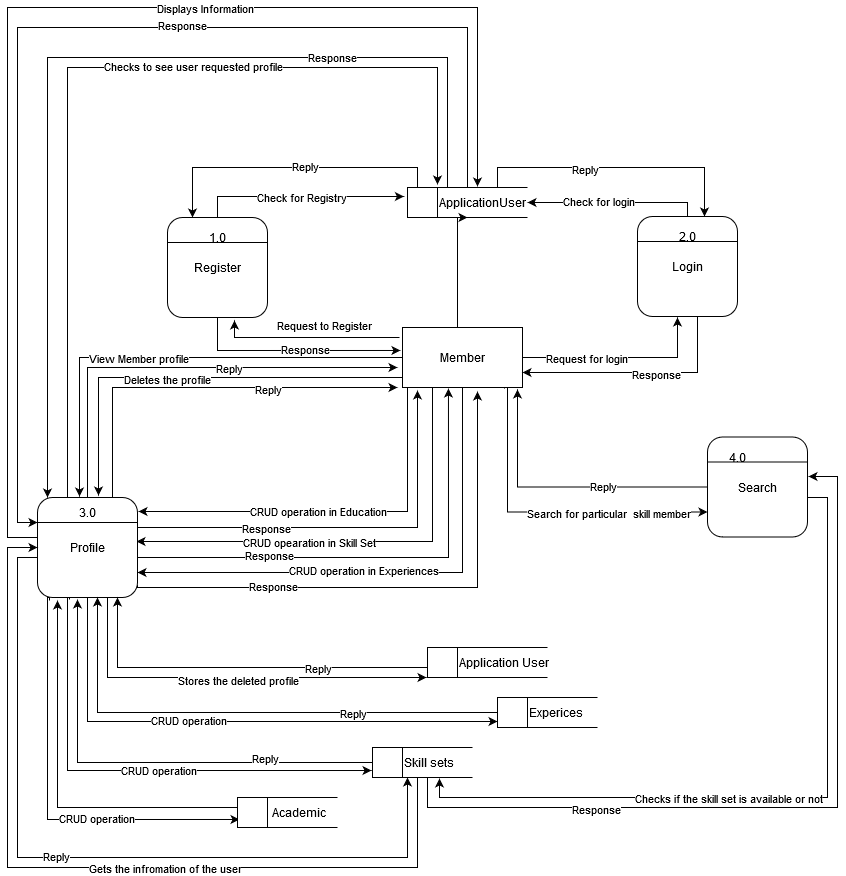
Before: dfd lvl1.png, a diagram exported from draw.io (SujinRajak/WorkersManaginHub). Source tidied: cells renumbered, new cells last; positions are measured from the earlier drawing's top-left corner, leaving out a move shared by most shapes.
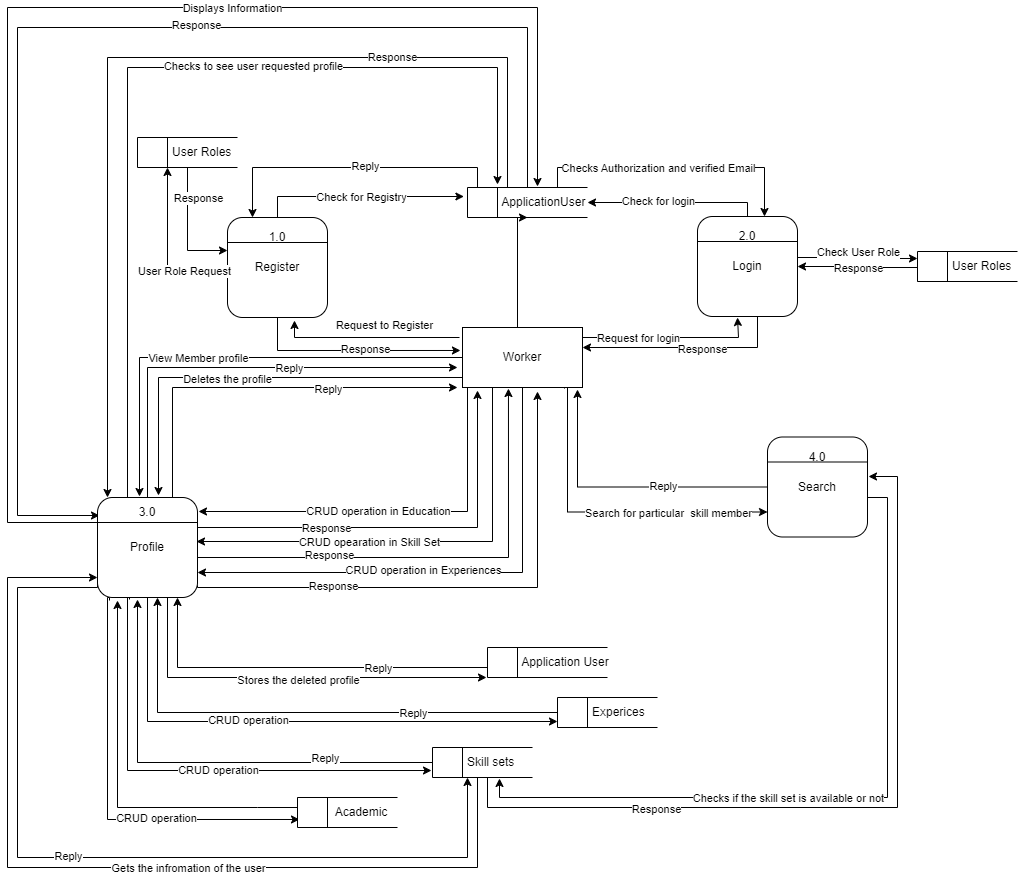
Later version of the same file.

Diff of the diagram source:
```diff
@@ -23,8 +23,10 @@
         </Array>
       </mxGeometry>
     </mxCell>
-    <mxCell id="5" value="Reply" style="edgeLabel;html=1;align=center;verticalAlign=middle;" parent="4" vertex="1">
-      <mxGeometry x="-0.11" y="-1" relative="1" as="geometry" />
+    <mxCell id="5" value="Checks Authorization and verified Email" style="edgeLabel;html=1;align=center;verticalAlign=middle;" parent="4" vertex="1">
+      <mxGeometry x="-0.11" y="-1" relative="1" as="geometry">
+        <mxPoint x="13" y="-1" as="offset" />
+      </mxGeometry>
     </mxCell>
     <mxCell id="6" style="edgeStyle=orthogonalEdgeStyle;rounded=0;jettySize=auto;html=1;exitX=0.41;exitY=0.033;exitDx=0;exitDy=0;exitPerimeter=0;" parent="1" edge="1" source="10" target="76">
       <mxGeometry relative="1" as="geometry">
@@ -38,13 +40,12 @@
     <mxCell id="7" value="Response" style="edgeLabel;html=1;align=center;verticalAlign=middle;" parent="6" vertex="1">
       <mxGeometry x="-0.48" y="-1" relative="1" as="geometry" />
     </mxCell>
-    <mxCell id="8" style="edgeStyle=orthogonalEdgeStyle;rounded=0;jettySize=auto;html=1;exitX=0.5;exitY=0;exitDx=0;exitDy=0;entryX=0;entryY=0.25;entryDx=0;entryDy=0;" parent="1" edge="1" source="10" target="76">
+    <mxCell id="8" style="edgeStyle=orthogonalEdgeStyle;rounded=0;jettySize=auto;html=1;exitX=0.5;exitY=0;exitDx=0;exitDy=0;entryX=0.02;entryY=0.18;entryDx=0;entryDy=0;entryPerimeter=0;" parent="1" edge="1" source="10" target="76">
       <mxGeometry relative="1" as="geometry">
         <Array as="points">
-          <mxPoint x="460" y="180" />
           <mxPoint x="460" y="20" />
-          <mxPoint x="10" y="20" />
-          <mxPoint x="10" y="515" />
+          <mxPoint x="-50" y="20" />
+          <mxPoint x="-50" y="508" />
         </Array>
       </mxGeometry>
     </mxCell>
@@ -96,10 +97,16 @@
     <mxCell id="20" style="edgeStyle=orthogonalEdgeStyle;rounded=0;jettySize=auto;html=1;exitX=1;exitY=0.5;exitDx=0;exitDy=0;" parent="1" edge="1" source="35">
       <mxGeometry relative="1" as="geometry">
         <mxPoint x="670" y="310" as="targetPoint" />
+        <Array as="points">
+          <mxPoint x="515" y="330" />
+          <mxPoint x="671" y="330" />
+        </Array>
       </mxGeometry>
     </mxCell>
     <mxCell id="21" value="Request for login" style="edgeLabel;html=1;align=center;verticalAlign=middle;" parent="20" vertex="1">
-      <mxGeometry x="-0.35" relative="1" as="geometry" />
+      <mxGeometry x="-0.35" relative="1" as="geometry">
+        <mxPoint x="12" as="offset" />
+      </mxGeometry>
     </mxCell>
     <mxCell id="22" style="edgeStyle=orthogonalEdgeStyle;rounded=0;jettySize=auto;html=1;exitX=0.85;exitY=1.017;exitDx=0;exitDy=0;entryX=0;entryY=0.75;entryDx=0;entryDy=0;exitPerimeter=0;" parent="1" edge="1" source="35" target="85">
       <mxGeometry relative="1" as="geometry">
@@ -169,7 +176,7 @@
     <mxCell id="34" value="Deletes the profile" style="edgeLabel;html=1;align=center;verticalAlign=middle;" parent="33" vertex="1">
       <mxGeometry x="0.13" y="1" relative="1" as="geometry" />
     </mxCell>
-    <mxCell id="35" value="Member" style="rounded=0;whiteSpace=wrap;html=1;" parent="1" vertex="1">
+    <mxCell id="35" value="Worker" style="rounded=0;whiteSpace=wrap;html=1;" parent="1" vertex="1">
       <mxGeometry x="395" y="320" width="120" height="60" as="geometry" />
     </mxCell>
     <mxCell id="36" value="1.0" style="text;html=1;strokeColor=none;fillColor=none;align=center;verticalAlign=middle;whiteSpace=wrap;rounded=0;" parent="1" vertex="1">
@@ -199,11 +206,13 @@
         <mxPoint x="650" y="239" as="targetPoint" />
       </mxGeometry>
     </mxCell>
-    <mxCell id="41" style="edgeStyle=orthogonalEdgeStyle;rounded=0;jettySize=auto;html=1;exitX=0.61;exitY=1;exitDx=0;exitDy=0;entryX=1;entryY=0.75;entryDx=0;entryDy=0;exitPerimeter=0;" parent="1" edge="1" source="45" target="35">
+    <mxCell id="41" style="edgeStyle=orthogonalEdgeStyle;rounded=0;jettySize=auto;html=1;exitX=0.61;exitY=1;exitDx=0;exitDy=0;exitPerimeter=0;" parent="1" edge="1" source="45">
       <mxGeometry relative="1" as="geometry">
+        <mxPoint x="515" y="340" as="targetPoint" />
         <Array as="points">
           <mxPoint x="690" y="309" />
-          <mxPoint x="690" y="365" />
+          <mxPoint x="690" y="340" />
+          <mxPoint x="515" y="340" />
         </Array>
       </mxGeometry>
     </mxCell>
@@ -257,7 +266,6 @@
         <Array as="points">
           <mxPoint x="60" y="60" />
           <mxPoint x="430" y="60" />
-          <mxPoint x="430" y="177" />
         </Array>
       </mxGeometry>
     </mxCell>
@@ -356,9 +364,9 @@
       <mxGeometry relative="1" as="geometry">
         <mxPoint x="400" y="770" as="targetPoint" />
         <Array as="points">
-          <mxPoint x="30" y="550" />
-          <mxPoint x="10" y="550" />
-          <mxPoint x="10" y="850" />
+          <mxPoint x="30" y="580" />
+          <mxPoint x="-50" y="580" />
+          <mxPoint x="-50" y="850" />
           <mxPoint x="400" y="850" />
         </Array>
       </mxGeometry>
@@ -370,9 +378,8 @@
       <mxGeometry relative="1" as="geometry">
         <mxPoint x="470" y="179" as="targetPoint" />
         <Array as="points">
-          <mxPoint x="30" y="530" />
-          <mxPoint y="530" />
-          <mxPoint />
+          <mxPoint x="-60" y="515" />
+          <mxPoint x="-60" />
           <mxPoint x="470" />
         </Array>
       </mxGeometry>
@@ -459,7 +466,7 @@
       <mxGeometry relative="1" as="geometry" />
     </mxCell>
     <mxCell id="88" value="4.0" style="text;html=1;strokeColor=none;fillColor=none;align=center;verticalAlign=middle;whiteSpace=wrap;rounded=0;" parent="1" vertex="1">
-      <mxGeometry x="710" y="439.5" width="40" height="20" as="geometry" />
+      <mxGeometry x="730" y="439.5" width="40" height="20" as="geometry" />
     </mxCell>
     <mxCell id="89" style="edgeStyle=orthogonalEdgeStyle;rounded=0;jettySize=auto;html=1;exitX=0;exitY=0;exitDx=0;exitDy=0;" parent="1" edge="1" source="90">
       <mxGeometry relative="1" as="geometry">
@@ -501,13 +508,15 @@
     <mxCell id="94" value="Response" style="edgeLabel;html=1;align=center;verticalAlign=middle;" parent="93" vertex="1">
       <mxGeometry x="-0.5" y="-1" relative="1" as="geometry" />
     </mxCell>
-    <mxCell id="95" style="edgeStyle=orthogonalEdgeStyle;rounded=0;jettySize=auto;html=1;exitX=0.5;exitY=1;exitDx=0;exitDy=0;entryX=0;entryY=0.5;entryDx=0;entryDy=0;" parent="1" edge="1" source="97" target="76">
+    <mxCell id="95" style="edgeStyle=orthogonalEdgeStyle;rounded=0;jettySize=auto;html=1;exitX=0.5;exitY=1;exitDx=0;exitDy=0;" parent="1" edge="1" source="97">
       <mxGeometry relative="1" as="geometry">
+        <mxPoint x="30" y="570" as="targetPoint" />
         <Array as="points">
           <mxPoint x="410" y="770" />
           <mxPoint x="410" y="860" />
-          <mxPoint y="860" />
-          <mxPoint y="540" />
+          <mxPoint x="-60" y="860" />
+          <mxPoint x="-60" y="570" />
+          <mxPoint x="30" y="570" />
         </Array>
       </mxGeometry>
     </mxCell>
@@ -546,5 +555,64 @@
     <mxCell id="103" value="&amp;nbsp;&amp;nbsp;&amp;nbsp;&amp;nbsp;&amp;nbsp;&amp;nbsp;&amp;nbsp;&amp;nbsp; Application User" style="html=1;dashed=0;whitespace=wrap;shape=mxgraph.dfd.dataStoreID;align=left;spacingLeft=3;points=[[0,0],[0.5,0],[1,0],[0,0.5],[1,0.5],[0,1],[0.5,1],[1,1]];" parent="1" vertex="1">
       <mxGeometry x="420" y="640" width="120" height="30" as="geometry" />
     </mxCell>
+    <mxCell id="104" value="&amp;nbsp; &amp;nbsp; &amp;nbsp; &amp;nbsp; &amp;nbsp;User Roles" style="html=1;dashed=0;whitespace=wrap;shape=mxgraph.dfd.dataStoreID;align=left;spacingLeft=3;points=[[0,0],[0.5,0],[1,0],[0,0.5],[1,0.5],[0,1],[0.5,1],[1,1]];" parent="1" vertex="1">
+      <mxGeometry x="70" y="130" width="100" height="30" as="geometry" />
+    </mxCell>
+    <mxCell id="105" style="edgeStyle=orthogonalEdgeStyle;rounded=0;jettySize=auto;html=1;exitX=0.5;exitY=1;exitDx=0;exitDy=0;entryX=0;entryY=0.33;entryDx=0;entryDy=0;entryPerimeter=0;" parent="1" edge="1" source="104" target="15">
+      <mxGeometry relative="1" as="geometry">
+        <Array as="points">
+          <mxPoint x="120" y="243" />
+        </Array>
+      </mxGeometry>
+    </mxCell>
+    <mxCell id="106" value="Response" style="edgeLabel;html=1;align=center;verticalAlign=middle;" parent="105" vertex="1">
+      <mxGeometry x="0.27" y="3" relative="1" as="geometry">
+        <mxPoint x="7" y="-48" as="offset" />
+      </mxGeometry>
+    </mxCell>
+    <mxCell id="107" style="edgeStyle=orthogonalEdgeStyle;rounded=0;jettySize=auto;html=1;exitX=0;exitY=1;exitDx=0;exitDy=0;entryX=1;entryY=0.5;entryDx=0;entryDy=0;" parent="1" edge="1" source="109" target="45">
+      <mxGeometry relative="1" as="geometry">
+        <Array as="points">
+          <mxPoint x="850" y="260" />
+          <mxPoint x="790" y="260" />
+          <mxPoint x="790" y="259" />
+        </Array>
+      </mxGeometry>
+    </mxCell>
+    <mxCell id="108" value="Response" style="edgeLabel;html=1;align=center;verticalAlign=middle;" parent="107" vertex="1">
+      <mxGeometry x="0.32" y="2" relative="1" as="geometry">
+        <mxPoint x="14" y="-1" as="offset" />
+      </mxGeometry>
+    </mxCell>
+    <mxCell id="109" value="&amp;nbsp; &amp;nbsp; &amp;nbsp; &amp;nbsp; &amp;nbsp;User Roles" style="html=1;dashed=0;whitespace=wrap;shape=mxgraph.dfd.dataStoreID;align=left;spacingLeft=3;points=[[0,0],[0.5,0],[1,0],[0,0.5],[1,0.5],[0,1],[0.5,1],[1,1]];" parent="1" vertex="1">
+      <mxGeometry x="850" y="244" width="100" height="30" as="geometry" />
+    </mxCell>
+    <mxCell id="110" style="edgeStyle=orthogonalEdgeStyle;rounded=0;jettySize=auto;html=1;exitX=1;exitY=0.25;exitDx=0;exitDy=0;entryX=0;entryY=0.233;entryDx=0;entryDy=0;entryPerimeter=0;" parent="1" edge="1" source="45" target="109">
+      <mxGeometry relative="1" as="geometry">
+        <Array as="points">
+          <mxPoint x="730" y="250" />
+          <mxPoint x="790" y="250" />
+          <mxPoint x="790" y="251" />
+        </Array>
+      </mxGeometry>
+    </mxCell>
+    <mxCell id="111" value="Check User Role" style="edgeLabel;html=1;align=center;verticalAlign=middle;" parent="110" vertex="1">
+      <mxGeometry x="-0.02" relative="1" as="geometry">
+        <mxPoint x="9" y="-6" as="offset" />
+      </mxGeometry>
+    </mxCell>
+    <mxCell id="112" style="edgeStyle=orthogonalEdgeStyle;rounded=0;jettySize=auto;html=1;exitX=0;exitY=0.5;exitDx=0;exitDy=0;" parent="1" edge="1" source="15">
+      <mxGeometry relative="1" as="geometry">
+        <mxPoint x="100" y="160" as="targetPoint" />
+        <Array as="points">
+          <mxPoint x="100" y="260" />
+        </Array>
+      </mxGeometry>
+    </mxCell>
+    <mxCell id="113" value="User Role Request" style="edgeLabel;html=1;align=center;verticalAlign=middle;" parent="112" vertex="1">
+      <mxGeometry x="-0.33" relative="1" as="geometry">
+        <mxPoint x="10" y="3" as="offset" />
+      </mxGeometry>
+    </mxCell>
   </root>
 </mxGraphModel>
```
